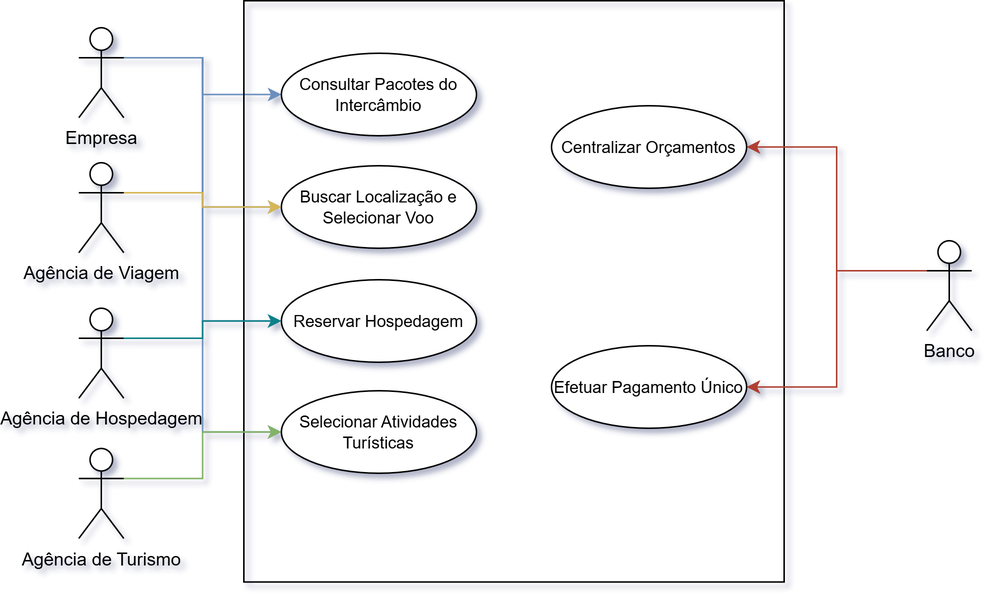
BrunoBassoo/Intercambio-Corporativo keeps this draw.io diagram as imagens/casos_de_uso.png. Above is the earlier version. Source tidied: cells renumbered, new cells last; positions are measured from the earlier drawing's top-left corner, leaving out a move shared by most shapes.
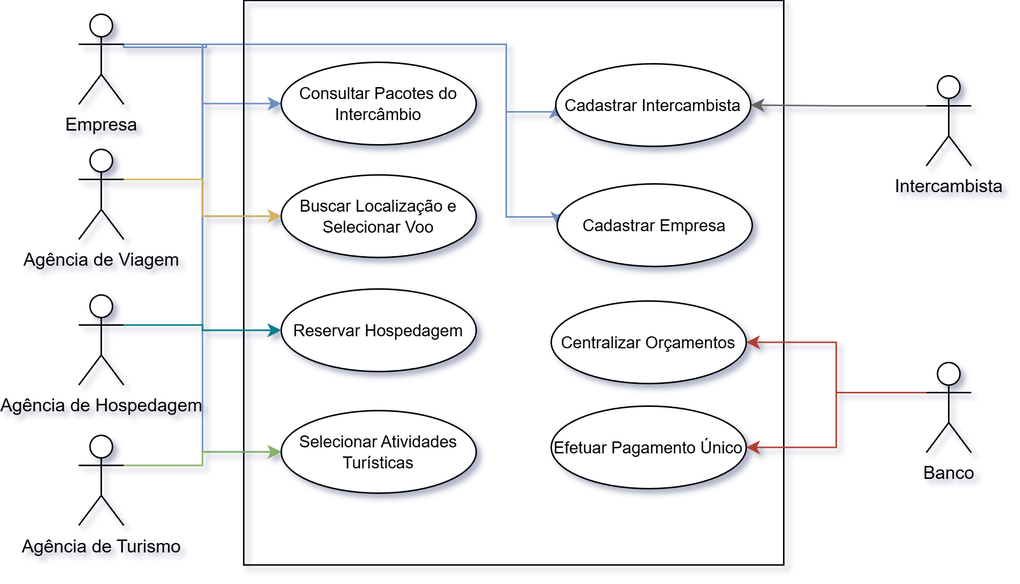
The same diagram one commit later.

Diff of the diagram source:
```diff
@@ -14,20 +14,40 @@
     <mxCell id="5" style="edgeStyle=orthogonalEdgeStyle;rounded=0;jettySize=auto;html=1;exitX=1;exitY=0.3333333333333333;exitDx=0;exitDy=0;exitPerimeter=0;entryX=0;entryY=0.5;entryDx=0;entryDy=0;fillColor=#dae8fc;strokeColor=#6c8ebf;" parent="1" edge="1" source="6" target="13">
       <mxGeometry relative="1" as="geometry" />
     </mxCell>
+    <mxCell id="23" style="edgeStyle=orthogonalEdgeStyle;rounded=0;jettySize=auto;html=1;exitX=1;exitY=0.3333333333333333;exitDx=0;exitDy=0;exitPerimeter=0;entryX=0;entryY=0.5;entryDx=0;entryDy=0;fillColor=#dae8fc;strokeColor=#6c8ebf;" parent="1" edge="1" source="6" target="25">
+      <mxGeometry relative="1" as="geometry">
+        <Array as="points">
+          <mxPoint x="30" y="26" />
+          <mxPoint x="85" y="26" />
+          <mxPoint x="85" y="24" />
+          <mxPoint x="285" y="24" />
+          <mxPoint x="285" y="69" />
+          <mxPoint x="318" y="69" />
+        </Array>
+      </mxGeometry>
+    </mxCell>
+    <mxCell id="24" style="edgeStyle=orthogonalEdgeStyle;rounded=0;jettySize=auto;html=1;exitX=1;exitY=0.3333333333333333;exitDx=0;exitDy=0;exitPerimeter=0;entryX=0;entryY=0.5;entryDx=0;entryDy=0;fillColor=#dae8fc;strokeColor=#6c8ebf;" parent="1" edge="1" source="6" target="28">
+      <mxGeometry relative="1" as="geometry">
+        <Array as="points">
+          <mxPoint x="285" y="24" />
+          <mxPoint x="285" y="139" />
+        </Array>
+      </mxGeometry>
+    </mxCell>
     <mxCell id="6" value="Empresa" style="shape=umlActor;verticalLabelPosition=bottom;verticalAlign=top;html=1;outlineConnect=0;" parent="1" vertex="1">
       <mxGeometry y="4" width="30" height="60" as="geometry" />
     </mxCell>
     <mxCell id="7" style="rounded=0;whiteSpace=wrap;html=1;rotation=90;labelBackgroundColor=none;fillColor=none;" parent="1" vertex="1">
-      <mxGeometry x="96.2" y="-0.2" width="387.5" height="360" as="geometry" />
+      <mxGeometry x="102" y="2.8" width="376.1" height="360" as="geometry" />
     </mxCell>
     <mxCell id="8" value="Consultar Pacotes do Intercâmbio" style="ellipse;whiteSpace=wrap;html=1;fontSize=11;" parent="1" vertex="1">
-      <mxGeometry x="135" y="21" width="130" height="55" as="geometry" />
+      <mxGeometry x="135" y="36" width="130" height="55" as="geometry" />
     </mxCell>
     <mxCell id="9" value="Buscar Localização e Selecionar Voo" style="ellipse;whiteSpace=wrap;html=1;fontSize=11;" parent="1" vertex="1">
-      <mxGeometry x="135" y="96" width="130" height="55" as="geometry" />
+      <mxGeometry x="135" y="111" width="130" height="55" as="geometry" />
     </mxCell>
     <mxCell id="10" value="Reservar Hospedagem" style="ellipse;whiteSpace=wrap;html=1;fontSize=11;" parent="1" vertex="1">
-      <mxGeometry x="135" y="172" width="130" height="55" as="geometry" />
+      <mxGeometry x="135" y="187" width="130" height="55" as="geometry" />
     </mxCell>
     <mxCell id="11" style="edgeStyle=orthogonalEdgeStyle;rounded=0;jettySize=auto;html=1;exitX=1;exitY=0.3333333333333333;exitDx=0;exitDy=0;exitPerimeter=0;entryX=0;entryY=0.5;entryDx=0;entryDy=0;fillColor=#d5e8d4;strokeColor=#82b366;" parent="1" edge="1" source="12" target="13">
       <mxGeometry relative="1" as="geometry" />
@@ -36,7 +56,7 @@
       <mxGeometry y="284.5" width="30" height="60" as="geometry" />
     </mxCell>
     <mxCell id="13" value="Selecionar Atividades Turísticas" style="ellipse;whiteSpace=wrap;html=1;fontSize=11;" parent="1" vertex="1">
-      <mxGeometry x="135" y="246" width="130" height="55" as="geometry" />
+      <mxGeometry x="135" y="268" width="130" height="55" as="geometry" />
     </mxCell>
     <mxCell id="14" style="edgeStyle=orthogonalEdgeStyle;rounded=0;jettySize=auto;html=1;exitX=0;exitY=0.3333333333333333;exitDx=0;exitDy=0;exitPerimeter=0;entryX=1;entryY=0.5;entryDx=0;entryDy=0;fillColor=#fad9d5;strokeColor=#ae4132;" parent="1" edge="1" source="16" target="17">
       <mxGeometry relative="1" as="geometry" />
@@ -45,13 +65,13 @@
       <mxGeometry relative="1" as="geometry" />
     </mxCell>
     <mxCell id="16" value="Banco" style="shape=umlActor;verticalLabelPosition=bottom;verticalAlign=top;html=1;outlineConnect=0;" parent="1" vertex="1">
-      <mxGeometry x="565" y="146" width="30" height="60" as="geometry" />
+      <mxGeometry x="565" y="236" width="30" height="60" as="geometry" />
     </mxCell>
     <mxCell id="17" value="Centralizar Orçamentos" style="ellipse;whiteSpace=wrap;html=1;fontSize=11;" parent="1" vertex="1">
-      <mxGeometry x="315" y="56" width="130" height="55" as="geometry" />
+      <mxGeometry x="315" y="195" width="130" height="55" as="geometry" />
     </mxCell>
     <mxCell id="18" value="Efetuar Pagamento Único" style="ellipse;whiteSpace=wrap;html=1;fontSize=11;" parent="1" vertex="1">
-      <mxGeometry x="315" y="216" width="130" height="55" as="geometry" />
+      <mxGeometry x="315" y="265" width="130" height="55" as="geometry" />
     </mxCell>
     <mxCell id="19" style="edgeStyle=orthogonalEdgeStyle;rounded=0;jettySize=auto;html=1;exitX=1;exitY=0.3333333333333333;exitDx=0;exitDy=0;exitPerimeter=0;entryX=0;entryY=0.5;entryDx=0;entryDy=0;fillColor=#fff2cc;strokeColor=#d6b656;" parent="1" edge="1" source="20" target="9">
       <mxGeometry relative="1" as="geometry" />
@@ -65,5 +85,17 @@
     <mxCell id="22" value="Agência de Hospedagem" style="shape=umlActor;verticalLabelPosition=bottom;verticalAlign=top;html=1;outlineConnect=0;" parent="1" vertex="1">
       <mxGeometry y="191" width="30" height="60" as="geometry" />
     </mxCell>
+    <mxCell id="25" value="Cadastrar Intercambista" style="ellipse;whiteSpace=wrap;html=1;fontSize=11;" parent="1" vertex="1">
+      <mxGeometry x="318" y="37" width="130" height="55" as="geometry" />
+    </mxCell>
+    <mxCell id="26" style="edgeStyle=orthogonalEdgeStyle;rounded=0;jettySize=auto;html=1;exitX=0;exitY=0.3333333333333333;exitDx=0;exitDy=0;exitPerimeter=0;entryX=1;entryY=0.5;entryDx=0;entryDy=0;fillColor=#f5f5f5;strokeColor=#666666;" parent="1" edge="1" source="27" target="25">
+      <mxGeometry relative="1" as="geometry" />
+    </mxCell>
+    <mxCell id="27" value="Intercambista" style="shape=umlActor;verticalLabelPosition=bottom;verticalAlign=top;html=1;outlineConnect=0;" parent="1" vertex="1">
+      <mxGeometry x="565" y="45" width="30" height="60" as="geometry" />
+    </mxCell>
+    <mxCell id="28" value="Cadastrar Empresa" style="ellipse;whiteSpace=wrap;html=1;fontSize=11;" parent="1" vertex="1">
+      <mxGeometry x="319" y="117" width="130" height="55" as="geometry" />
+    </mxCell>
   </root>
 </mxGraphModel>
```
